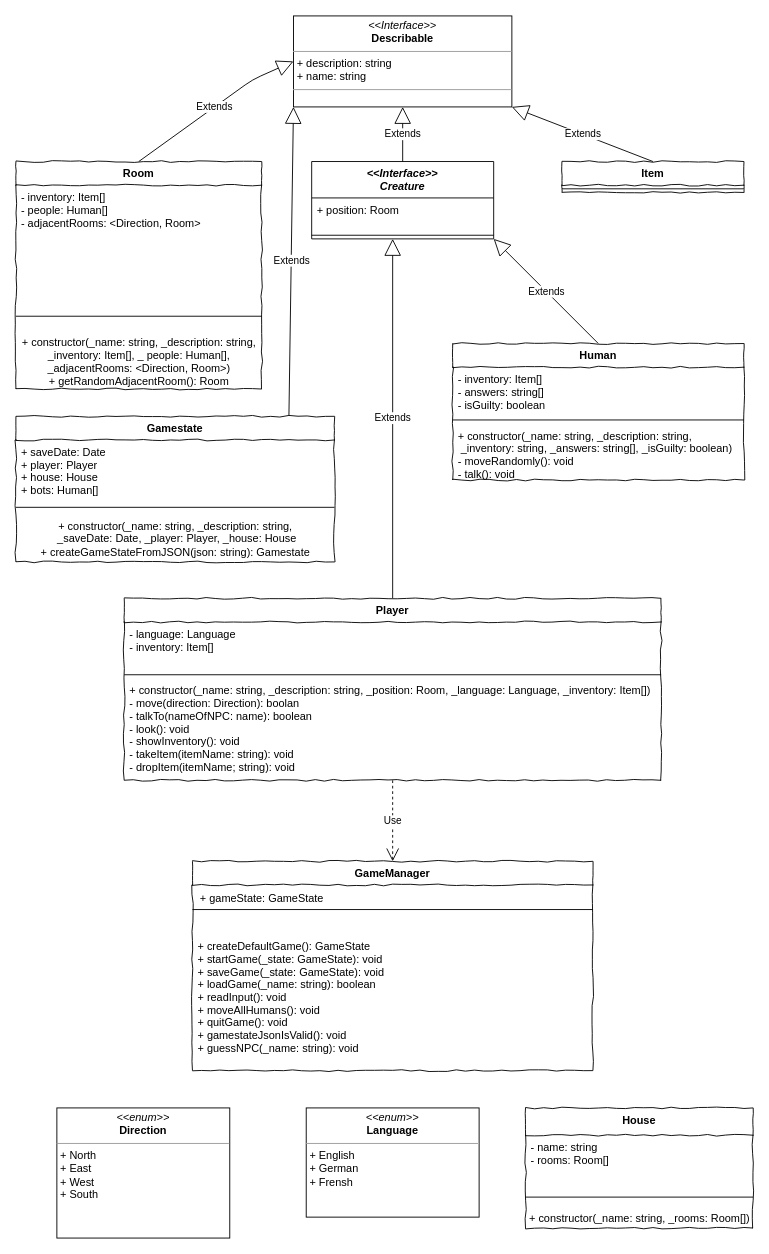
The draw.io diagram page "Classes" (1 of 6) of concept/classes.drawio in AljoshaVieth/SoftwareDesignTextAdventure, before the edit. Source tidied: cells renumbered, new cells numbered last; positions are measured from the earlier drawing's top-left corner, leaving out a move shared by most shapes. Both pictures are drawn from the tidied source at 91%, with x=0, y=0 at pixel (15, 15).
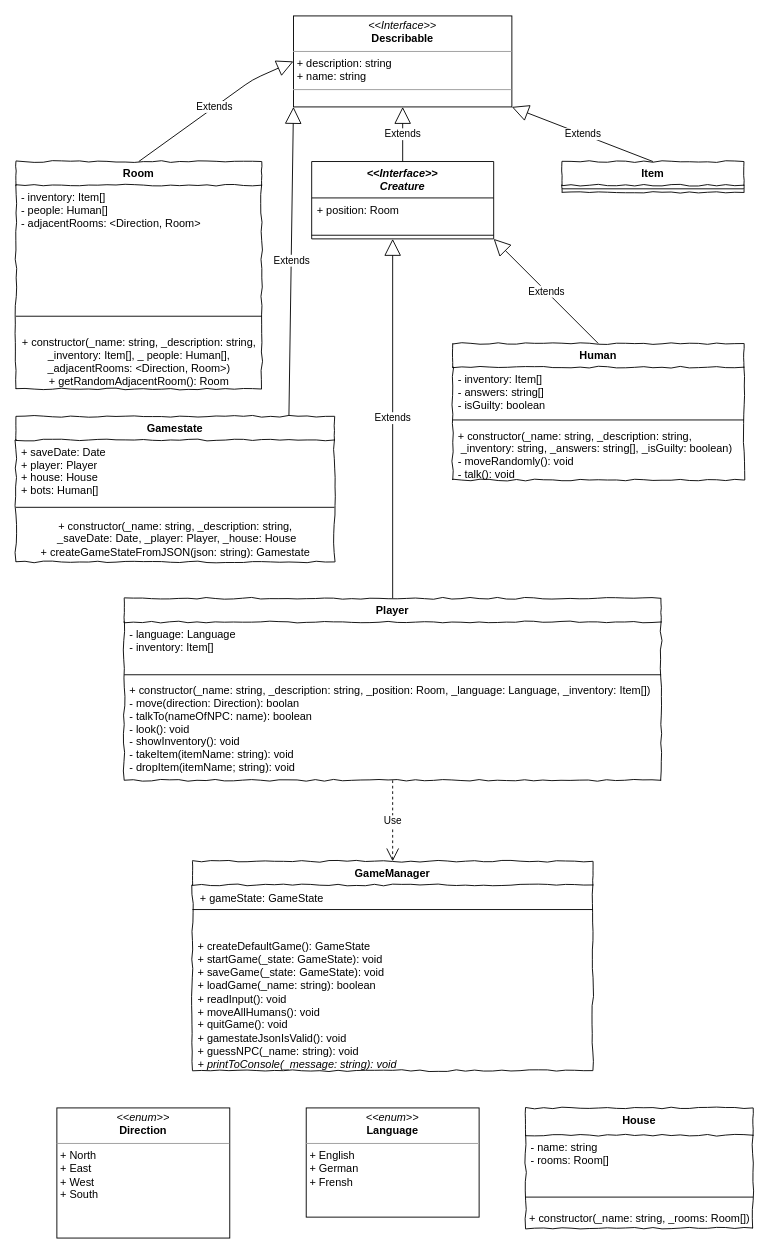
The same diagram, later.

Commit message (it also covers changes not shown here):
made printToConsole static

Unchanged cells that the change refers to:
```xml
<mxCell id="32" value="GameManager" style="swimlane;fontStyle=1;align=center;verticalAlign=top;horizontal=1;startSize=26;rounded=0;shadow=0;comic=1;strokeWidth=1;" parent="1" vertex="1">
  <mxGeometry x="194" y="929" width="440" height="230" as="geometry" />
</mxCell>
```

Change to the diagram source:
```diff
@@
-    <mxCell id="34" value="+ createDefaultGame(): GameState&#10;+ startGame(_state: GameState): void&#10;+ saveGame(_state: GameState): void&#10;+ loadGame(_name: string): boolean&#10;+ readInput(): void&#10;+ moveAllHumans(): void&#10;+ quitGame(): void&#10;+ gamestateJsonIsValid(): void&#10;+ guessNPC(_name: string): void" style="text;strokeColor=none;fillColor=none;align=left;verticalAlign=top;spacingLeft=4;spacingRight=4;overflow=hidden;" parent="32" vertex="1">
+    <mxCell id="34" value="+ createDefaultGame(): GameState&lt;br&gt;+ startGame(_state: GameState): void&lt;br&gt;+ saveGame(_state: GameState): void&lt;br&gt;+ loadGame(_name: string): boolean&lt;br&gt;+ readInput(): void&lt;br&gt;+ moveAllHumans(): void&lt;br&gt;+ quitGame(): void&lt;br&gt;+ gamestateJsonIsValid(): void&lt;br&gt;+ guessNPC(_name: string): void&lt;br&gt;&lt;i&gt;+ printToConsole(_message: string): void&lt;/i&gt;" style="text;strokeColor=none;fillColor=none;align=left;verticalAlign=top;spacingLeft=4;spacingRight=4;overflow=hidden;fontStyle=0;html=1;" parent="32" vertex="1">
       <mxGeometry y="80" width="440" height="150" as="geometry" />
     </mxCell>
```
